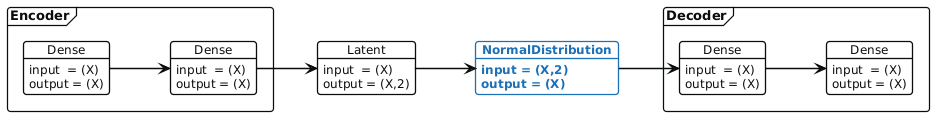
Above: misc/ml/example-2026-04-18/diagram-vae.png in aezarebski/aezarebski.github.io (PlantUML), before the change.
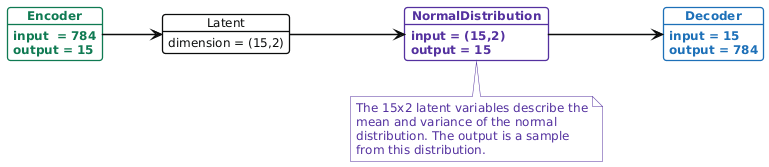
After the commit.

What changed in the source:
```diff
@@ -1,4 +1,5 @@
 @startuml
+allowmixing
 <style>
 
 :root {
@@ -10,6 +11,7 @@
     --surface-background: #f4f8fb;
     --main-background: #ffffff;
     --focus: #ffdd00;
+    --link-visited: #54319f;
 }
 
 document {
@@ -29,6 +31,16 @@
   FontName "DejaVu Sans"
   FontSize 13
   RoundCorner 6
+  .decoder {
+        FontStyle: bold;
+        FontColor: var(--brand);
+        LineColor: var(--brand);
+	}
+  .encoder {
+        FontStyle: bold;
+        FontColor: var(--success);
+        LineColor: var(--success);
+	}
 }
 
 
@@ -40,17 +52,27 @@
   FontName "DejaVu Sans"
   FontSize 12
   RoundCorner 6
-  .normdist {
+  .decoder {
         FontStyle: bold;
         FontColor: var(--brand);
         LineColor: var(--brand);
-  }
+	}
+  .encoder {
+        FontStyle: bold;
+        FontColor: var(--success);
+        LineColor: var(--success);
+	}
+  .normdist {
+        FontStyle: bold;
+        FontColor: var(--link-visited);
+        LineColor: var(--link-visited);
+	}
 }
 
 note {
-  BackGroundColor: var(--focus);
-  LineColor: var(--line);
-  FontColor: var(--text);
+  BackGroundColor: var(--main-background);
+  LineColor: var(--link-visited);
+  FontColor: var(--link-visited);
   FontName "DejaVu Sans"
   FontSize 12
 }
@@ -60,53 +82,37 @@
 hide stereotype
 
 
-frame Encoder {
-
-object "Dense" as e1 {
-  input  = (X)
-  output = (X)
+object "Encoder" as eHighLevel <<encoder>> {
+  input  = 784
+  output = 15
 }
 
-object "Dense" as e2 {
-  input  = (X)
-  output = (X)
+object "Latent" as latent {
+dimension = (15,2)
 }
 
-    e1 --> e2
-    }
+object "Decoder" as dHighLevel <<decoder>> {
+input = 15
+output = 784
+}
 
 
-
-frame Decoder {
-
-object "Dense" as d1 {
-  input  = (X)
-  output = (X)
+object "NormalDistribution" as normdist <<normdist>> {
+	input = (15,2)
+	output = 15
 }
 
-object "Dense" as d2 {
-  input  = (X)
-  output = (X)
-}
 
-    d1 --> d2
-    }
+eHighLevel --> latent
+latent --> normdist
+normdist --> dHighLevel
 
-object "Latent" as l {
-  input  = (X)
-  output = (X,2)
-}
-
-object "NormalDistribution" as normdist <<normdist>> {
-	input = (X,2)
-	output = (X)
-}
-
-e2 --> l
-l --> normdist
-normdist --> d1
-
-
+note bottom of normdist
+The 15x2 latent variables describe the
+mean and variance of the normal
+distribution. The output is a sample
+from this distribution.
+end note
 
 
 @enduml
```
